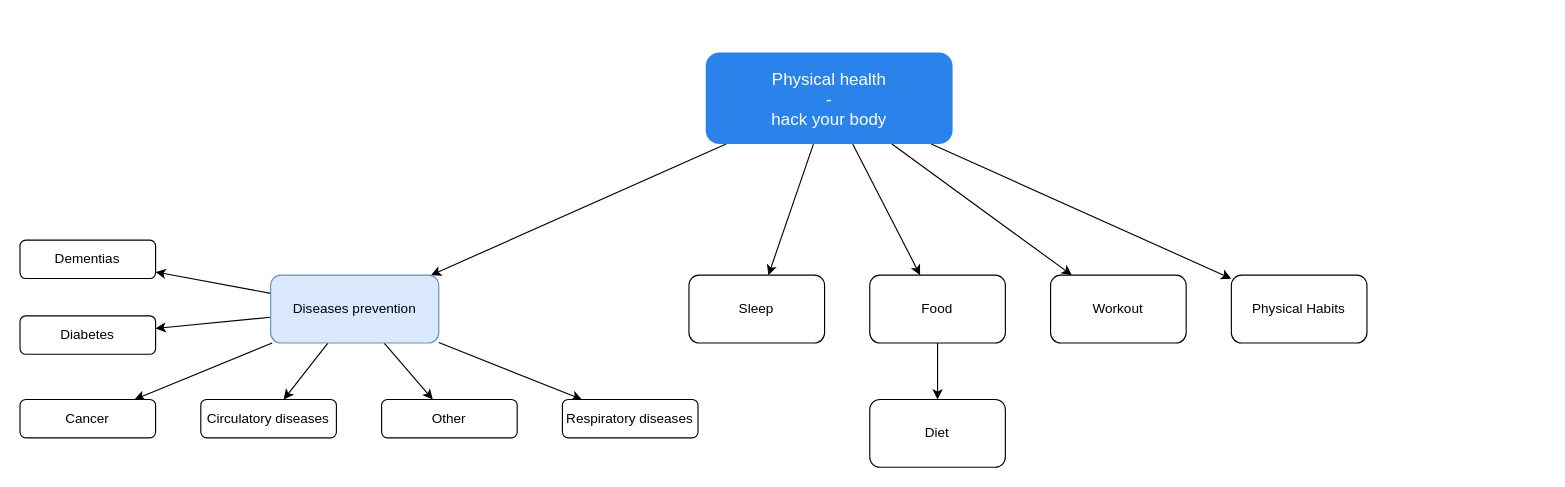
Above: page "Physical Health" (4 of 4) of Wellbeing.drawio in alfonsograziano/personal-blog (draw.io), before the change. Source tidied: cells renumbered, new cells numbered last; positions are measured from the earlier drawing's top-left corner, leaving out a move shared by most shapes. Both pictures are drawn from the tidied source at 113%, with x=0, y=0 at pixel (19, 52).
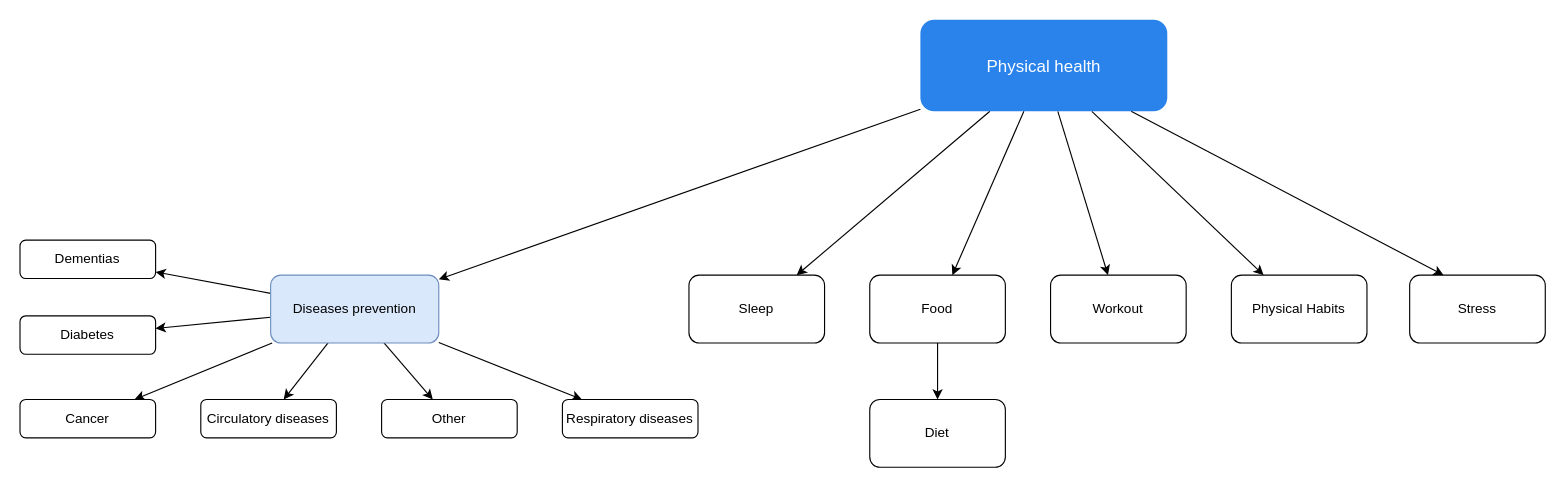
The same page after the edit.

Diff of the diagram source:
```diff
@@
+    <mxCell id="27" style="rounded=0;jettySize=auto;html=1;entryX=0.25;entryY=0;entryDx=0;entryDy=0;" parent="1" edge="1" source="7" target="28">
+      <mxGeometry relative="1" as="geometry" />
+    </mxCell>
-    <mxCell id="7" value="Physical health&lt;br&gt;-&lt;br&gt;hack your body" style="rounded=1;whiteSpace=wrap;html=1;fontSize=15;fillColor=#2a83eb;strokeColor=none;fontColor=#ffffff;" parent="1" vertex="1">
-      <mxGeometry x="607" width="218.5" height="81" as="geometry" />
+    <mxCell id="7" value="Physical health" style="rounded=1;whiteSpace=wrap;html=1;fontSize=15;fillColor=#2a83eb;strokeColor=none;fontColor=#ffffff;" parent="1" vertex="1">
+      <mxGeometry x="797" y="-29" width="218.5" height="81" as="geometry" />
     </mxCell>
@@
+    <mxCell id="28" value="Stress" style="rounded=1;whiteSpace=wrap;html=1;" parent="1" vertex="1">
+      <mxGeometry x="1230" y="197" width="120" height="60" as="geometry" />
+    </mxCell>
```
